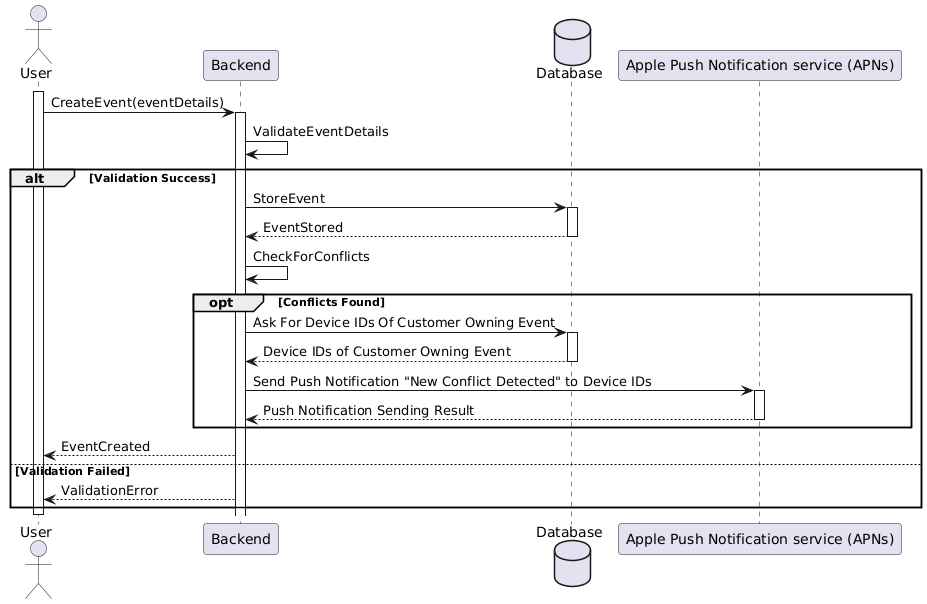
Before: docs/gp1/images/docs/diagrams/sequence-diagrams/all-sequence-diagrams/Add Event Manually.png, a diagram exported from PlantUML (jadwalapp/symmetrical-spoon).
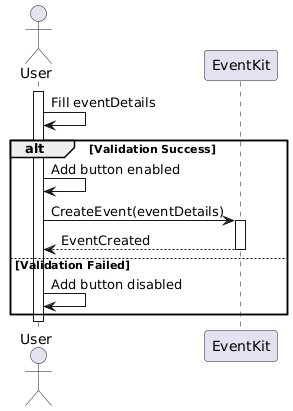
After the change.

The edit, as a diff of the source:
```diff
@@ -1,32 +1,17 @@
-@startuml Add Event Manually
+@startuml
 actor User
-participant Backend
-database Database
-participant "Apple Push Notification service (APNs)" as APN
+participant EventKit
 
 activate User
 
-User -> Backend ++ : CreateEvent(eventDetails)
-
-Backend -> Backend : ValidateEventDetails
+User -> User : Fill eventDetails
 alt Validation Success
-    Backend -> Database ++ : StoreEvent
-    Database --> Backend -- : EventStored
-
-    Backend -> Backend : CheckForConflicts
-    opt Conflicts Found
-        Backend -> Database ++ : Ask For Device IDs Of Customer Owning Event
-        Database --> Backend -- : Device IDs of Customer Owning Event
-
-        Backend -> APN ++ : Send Push Notification "New Conflict Detected" to Device IDs
-        APN --> Backend -- : Push Notification Sending Result
-    end
-
-    Backend --> User : EventCreated
+    User -> User : Add button enabled
+    User -> EventKit ++ : CreateEvent(eventDetails)
+    EventKit --> User -- : EventCreated
 else Validation Failed
-    Backend --> User : ValidationError
+    User -> User : Add button disabled
 end
 
 deactivate User
-
 @enduml
```
